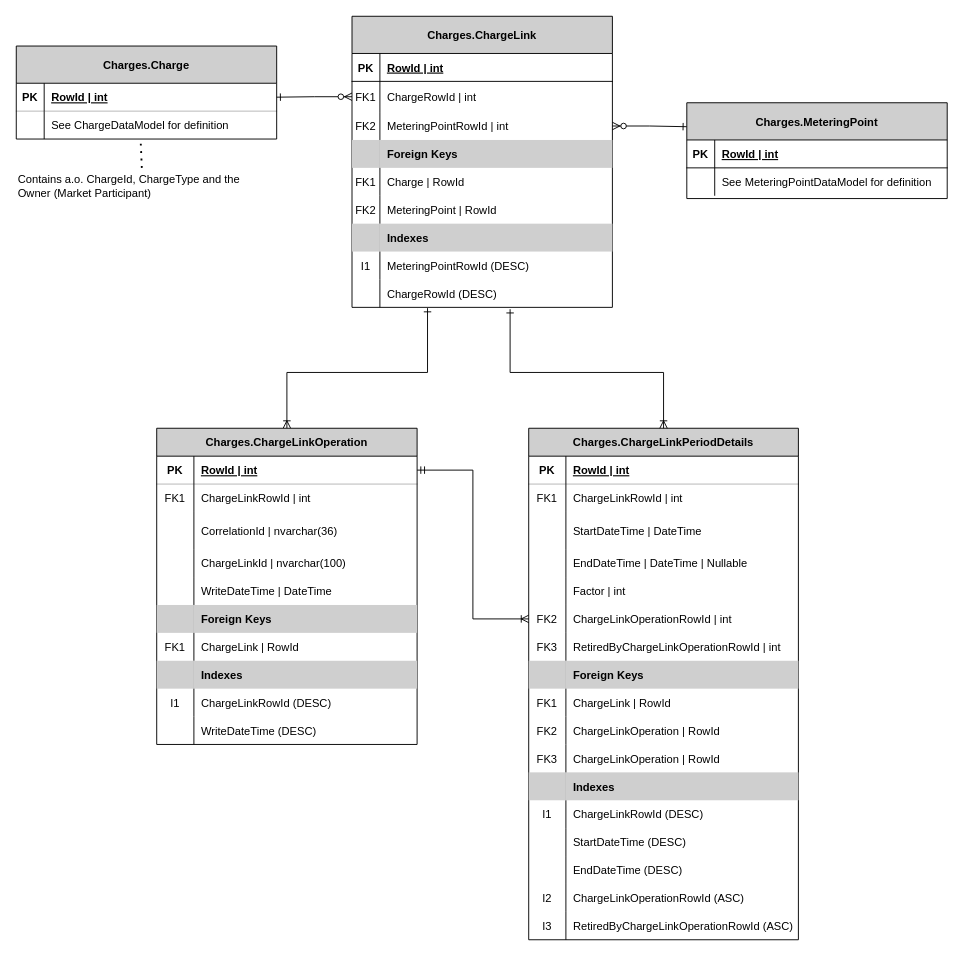
Above: docs/data-models/ChargeLinkDataModel.drawio in Energinet-DataHub/ARCHIVED-geh-charges (draw.io), before the change. Source tidied: cells renumbered, new cells numbered last; positions are measured from the earlier drawing's top-left corner, leaving out a move shared by most shapes. Both pictures are drawn from the tidied source at 93%, with x=0, y=0 at pixel (16, 16).
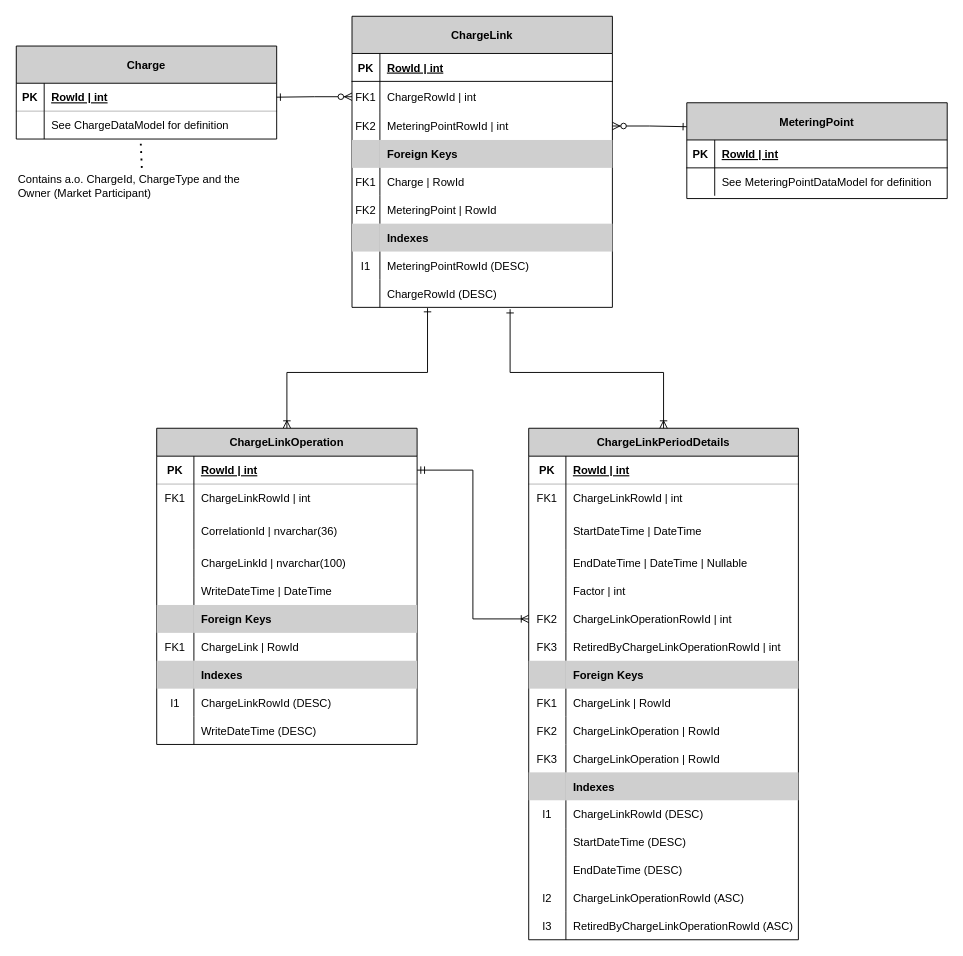
The same page after the edit.

Commit message (it also covers changes not shown here):
Removed schema from tables as agreed with reviewer

The edit, as a diff of the source:
```diff
@@
-    <mxCell id="4" value="Charges.ChargeLink" style="shape=table;startSize=40;childLayout=tableLayout;rowLines=0;fontStyle=1;align=center;fillColor=#CFCFCF;" parent="1" vertex="1">
+    <mxCell id="4" value="ChargeLink" style="shape=table;startSize=40;childLayout=tableLayout;rowLines=0;fontStyle=1;align=center;fillColor=#CFCFCF;" parent="1" vertex="1">
       <mxGeometry x="361" width="280" height="313" as="geometry" />
     </mxCell>
@@
-    <mxCell id="32" value="Charges.ChargeLinkOperation" style="shape=table;startSize=30;childLayout=tableLayout;rowLines=0;fontStyle=1;align=center;fillColor=#CFCFCF;" parent="1" vertex="1">
+    <mxCell id="32" value="ChargeLinkOperation" style="shape=table;startSize=30;childLayout=tableLayout;rowLines=0;fontStyle=1;align=center;fillColor=#CFCFCF;" parent="1" vertex="1">
       <mxGeometry x="151" y="443" width="280" height="340" as="geometry" />
     </mxCell>
@@
-    <mxCell id="63" value="Charges.Charge" style="shape=table;startSize=40;childLayout=tableLayout;rowLines=0;fontStyle=1;align=center;fillColor=#CFCFCF;" parent="1" vertex="1">
+    <mxCell id="63" value="Charge" style="shape=table;startSize=40;childLayout=tableLayout;rowLines=0;fontStyle=1;align=center;fillColor=#CFCFCF;" parent="1" vertex="1">
       <mxGeometry y="32" width="280" height="100" as="geometry" />
     </mxCell>
@@
-    <mxCell id="70" value="Charges.MeteringPoint" style="shape=table;startSize=40;childLayout=tableLayout;rowLines=0;fontStyle=1;align=center;fillColor=#CFCFCF;" parent="1" vertex="1">
+    <mxCell id="70" value="MeteringPoint" style="shape=table;startSize=40;childLayout=tableLayout;rowLines=0;fontStyle=1;align=center;fillColor=#CFCFCF;" parent="1" vertex="1">
       <mxGeometry x="721" y="93" width="280" height="103" as="geometry" />
     </mxCell>
@@
-    <mxCell id="78" value="Charges.ChargeLinkPeriodDetails" style="shape=table;startSize=30;childLayout=tableLayout;rowLines=0;fontStyle=1;align=center;fillColor=#CFCFCF;" parent="1" vertex="1">
+    <mxCell id="78" value="ChargeLinkPeriodDetails" style="shape=table;startSize=30;childLayout=tableLayout;rowLines=0;fontStyle=1;align=center;fillColor=#CFCFCF;" parent="1" vertex="1">
       <mxGeometry x="551" y="443" width="290" height="550" as="geometry" />
     </mxCell>
```
